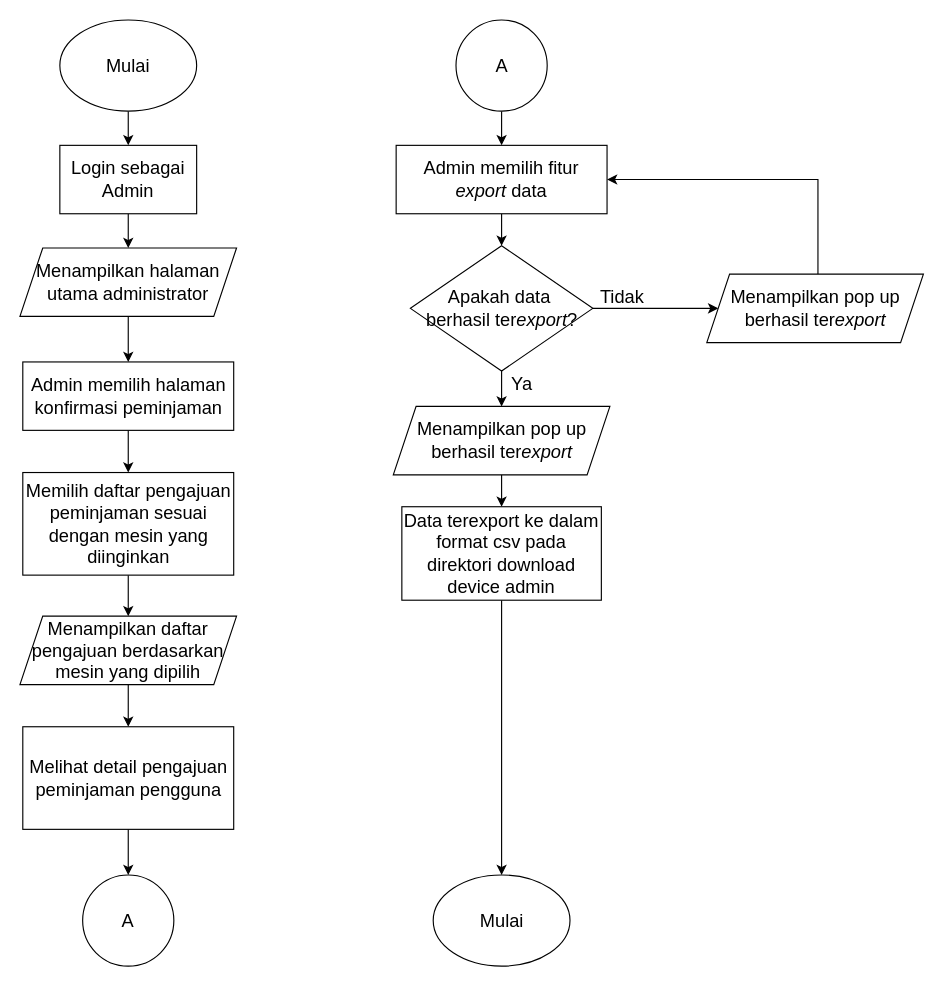
murtianggraeni/TugasAkhir_Flowchart keeps this draw.io diagram as page "Proses Mengeksport Data" (32 of 34) of Diagram Aktivitas Admin.drawio.xml. Above is the earlier version. Source tidied: cells renumbered, new cells numbered last; positions are measured from the earlier drawing's top-left corner, leaving out a move shared by most shapes. Both pictures are drawn from the tidied source at 114%, with x=0, y=0 at pixel (19, 19).
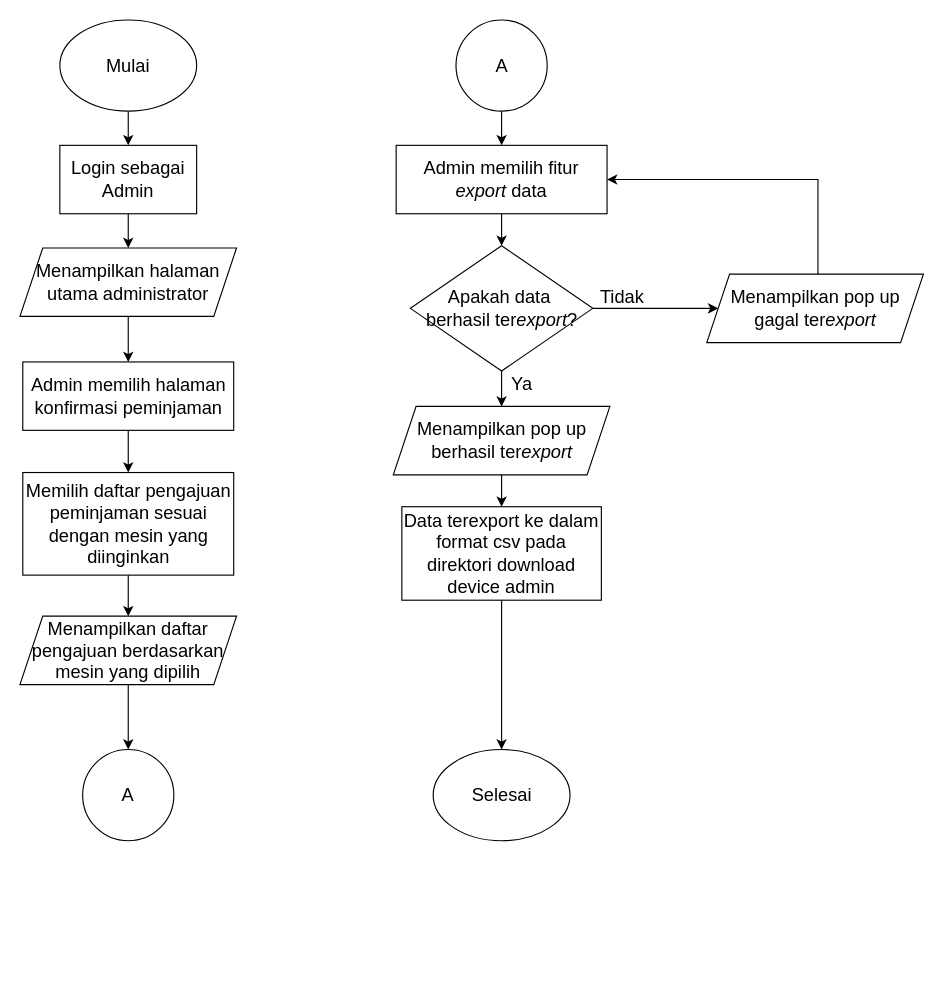
The same diagram, later.

Unchanged cells that the change refers to:
```xml
<mxCell id="13" value="&lt;font style=&quot;font-size: 16px;&quot;&gt;Menampilkan daftar pengajuan berdasarkan mesin yang dipilih&lt;/font&gt;" style="shape=parallelogram;perimeter=parallelogramPerimeter;whiteSpace=wrap;html=1;fixedSize=1;" parent="1" vertex="1">
  <mxGeometry y="523" width="190" height="60" as="geometry" />
</mxCell>
```

Diff of the diagram source:
```diff
@@
-    <mxCell id="12" style="edgeStyle=orthogonalEdgeStyle;rounded=0;jettySize=auto;html=1;" parent="1" edge="1" source="13" target="15">
-      <mxGeometry relative="1" as="geometry" />
-    </mxCell>
+    <mxCell id="33" style="edgeStyle=orthogonalEdgeStyle;rounded=0;jettySize=auto;html=1;" parent="1" edge="1" source="13" target="16">
+      <mxGeometry relative="1" as="geometry" />
+    </mxCell>
@@
-    <mxCell id="14" style="edgeStyle=orthogonalEdgeStyle;rounded=0;jettySize=auto;html=1;" parent="1" edge="1" source="15" target="16">
-      <mxGeometry relative="1" as="geometry" />
-    </mxCell>
-    <mxCell id="15" value="&lt;font style=&quot;font-size: 16px;&quot;&gt;Melihat detail pengajuan peminjaman pengguna&lt;/font&gt;" style="whiteSpace=wrap;html=1;" parent="1" vertex="1">
-      <mxGeometry x="2.5" y="620" width="185" height="90" as="geometry" />
-    </mxCell>
     <mxCell id="16" value="&lt;font style=&quot;font-size: 16px;&quot;&gt;A&lt;/font&gt;" style="ellipse;whiteSpace=wrap;html=1;" parent="1" vertex="1">
-      <mxGeometry x="55" y="750" width="80" height="80" as="geometry" />
+      <mxGeometry x="55" y="640" width="80" height="80" as="geometry" />
     </mxCell>
@@
-    <mxCell id="25" value="&lt;font style=&quot;font-size: 16px;&quot;&gt;Mulai&lt;/font&gt;" style="ellipse;whiteSpace=wrap;html=1;" parent="1" vertex="1">
-      <mxGeometry x="362.5" y="750" width="120" height="80" as="geometry" />
+    <mxCell id="25" value="&lt;font style=&quot;font-size: 16px;&quot;&gt;Selesai&lt;/font&gt;" style="ellipse;whiteSpace=wrap;html=1;" parent="1" vertex="1">
+      <mxGeometry x="362.5" y="640" width="120" height="80" as="geometry" />
     </mxCell>
@@
-    <mxCell id="32" value="&lt;span style=&quot;font-size: 16px;&quot;&gt;Menampilkan pop up berhasil ter&lt;i&gt;export&lt;/i&gt;&lt;/span&gt;" style="shape=parallelogram;perimeter=parallelogramPerimeter;whiteSpace=wrap;html=1;fixedSize=1;" parent="1" vertex="1">
+    <mxCell id="32" value="&lt;span style=&quot;font-size: 16px;&quot;&gt;Menampilkan pop up gagal ter&lt;i&gt;export&lt;/i&gt;&lt;/span&gt;" style="shape=parallelogram;perimeter=parallelogramPerimeter;whiteSpace=wrap;html=1;fixedSize=1;" parent="1" vertex="1">
       <mxGeometry x="602.5" y="223" width="190" height="60" as="geometry" />
     </mxCell>
```
